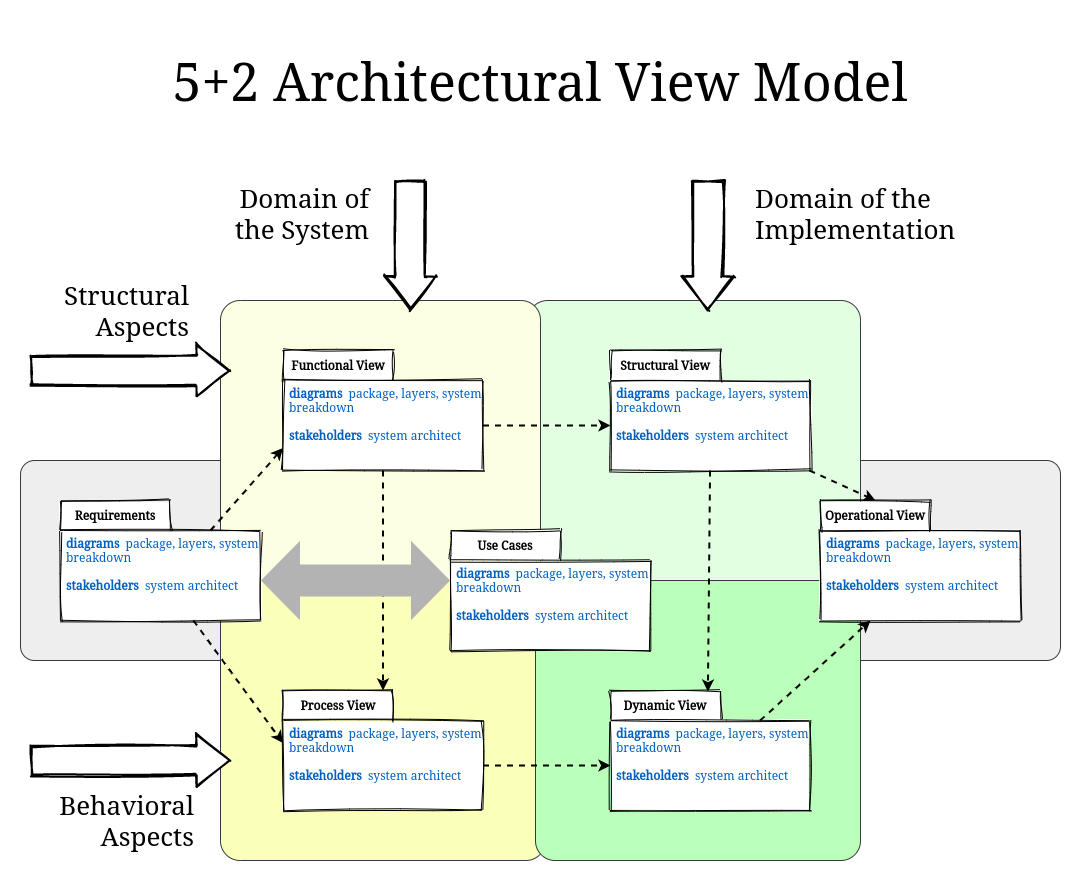
Earlier version of the draw.io export overview.png (rocher/5p2-avm). Source tidied: cells renumbered, new cells last; positions are measured from the earlier drawing's top-left corner, leaving out a move shared by most shapes.
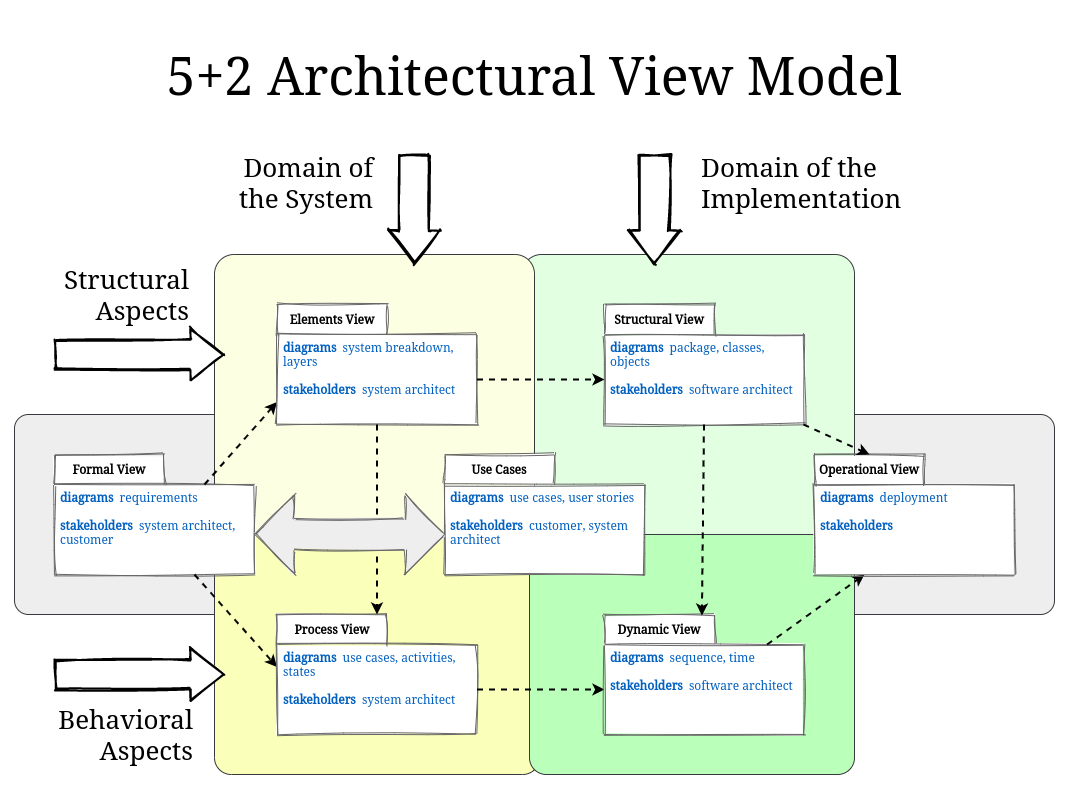
Later version of the same file.

Diff of the diagram source:
```diff
@@ -14,20 +14,20 @@
     <mxCell id="5" value="5+2 Architectural View Model" style="text;html=1;align=center;verticalAlign=middle;whiteSpace=wrap;rounded=0;shadow=0;sketch=1;fontSize=52;fontStyle=0;fontFamily=Noto Serif;fontSource=https%3A%2F%2Ffonts.googleapis.com%2Fcss%3Ffamily%3DNoto%2BSerif;" parent="1" vertex="1">
-      <mxGeometry width="1040" height="120" as="geometry" />
+      <mxGeometry y="40" width="1040" height="120" as="geometry" />
     </mxCell>
     <mxCell id="6" style="rounded=1;whiteSpace=wrap;html=1;shadow=0;sketch=0;align=left;strokeColor=#36393d;glass=0;arcSize=7;fillColor=#faffba;fontFamily=Noto Serif;fontSource=https%3A%2F%2Ffonts.googleapis.com%2Fcss%3Ffamily%3DNoto%2BSerif;" parent="1" vertex="1">
-      <mxGeometry x="200" y="560" width="325" height="280" as="geometry" />
+      <mxGeometry x="200" y="560" width="325" height="240" as="geometry" />
     </mxCell>
     <mxCell id="7" style="rounded=1;whiteSpace=wrap;html=1;shadow=0;sketch=0;align=left;strokeColor=#36393d;glass=0;arcSize=7;fillColor=#baffba;fontFamily=Noto Serif;fontSource=https%3A%2F%2Ffonts.googleapis.com%2Fcss%3Ffamily%3DNoto%2BSerif;" parent="1" vertex="1">
-      <mxGeometry x="515" y="560" width="325" height="280" as="geometry" />
+      <mxGeometry x="515" y="560" width="325" height="240" as="geometry" />
     </mxCell>
-    <mxCell id="8" style="shape=folder;fontStyle=1;spacingTop=30;tabWidth=110;tabHeight=30;tabPosition=left;html=1;align=left;verticalAlign=top;whiteSpace=wrap;spacingLeft=4;sketch=1;shadow=0;fontFamily=Noto Serif;fontSource=https%3A%2F%2Ffonts.googleapis.com%2Fcss%3Ffamily%3DNoto%2BSerif;" parent="1" vertex="1">
-      <mxGeometry x="430" y="510" width="200" height="120" as="geometry" />
+    <mxCell id="8" style="shape=folder;fontStyle=1;spacingTop=30;tabWidth=110;tabHeight=30;tabPosition=left;html=1;align=left;verticalAlign=top;whiteSpace=wrap;spacingLeft=4;sketch=1;shadow=0;fontFamily=Noto Serif;fontSource=https%3A%2F%2Ffonts.googleapis.com%2Fcss%3Ffamily%3DNoto%2BSerif;strokeColor=#666666;" parent="1" vertex="1">
+      <mxGeometry x="430" y="480" width="200" height="120" as="geometry" />
     </mxCell>
     <mxCell id="9" value="Use Cases" style="text;html=1;strokeColor=none;fillColor=none;align=center;verticalAlign=middle;whiteSpace=wrap;rounded=0;spacingLeft=0;fontFamily=Noto Serif;fontSource=https%3A%2F%2Ffonts.googleapis.com%2Fcss%3Ffamily%3DNoto%2BSerif;fontStyle=1;" parent="1" vertex="1">
-      <mxGeometry x="430" y="515" width="110" height="20" as="geometry" />
+      <mxGeometry x="430" y="485" width="110" height="20" as="geometry" />
     </mxCell>
-    <mxCell id="10" value="&lt;b&gt;diagrams&lt;/b&gt;&amp;nbsp; package, layers, system breakdown&lt;br&gt;&lt;br&gt;&lt;b&gt;stakeholders&lt;/b&gt;&amp;nbsp; system architect" style="text;html=1;strokeColor=none;fillColor=none;align=left;verticalAlign=top;whiteSpace=wrap;rounded=0;spacingLeft=4;fontFamily=Noto Serif;fontSource=https%3A%2F%2Ffonts.googleapis.com%2Fcss%3Ffamily%3DNoto%2BSerif;fontColor=#005FBF;" parent="1" vertex="1">
-      <mxGeometry x="430" y="540" width="200" height="90" as="geometry" />
+    <mxCell id="10" value="&lt;b&gt;diagrams&lt;/b&gt;&amp;nbsp; use cases, user stories&lt;br&gt;&lt;br&gt;&lt;b&gt;stakeholders&lt;/b&gt;&amp;nbsp; customer, system architect" style="text;html=1;strokeColor=none;fillColor=none;align=left;verticalAlign=top;whiteSpace=wrap;rounded=0;spacingLeft=4;fontFamily=Noto Serif;fontSource=https%3A%2F%2Ffonts.googleapis.com%2Fcss%3Ffamily%3DNoto%2BSerif;fontColor=#005FBF;" parent="1" vertex="1">
+      <mxGeometry x="430" y="510" width="200" height="90" as="geometry" />
     </mxCell>
-    <mxCell id="11" style="shape=folder;fontStyle=1;spacingTop=30;tabWidth=110;tabHeight=30;tabPosition=left;html=1;align=left;verticalAlign=top;whiteSpace=wrap;spacingLeft=4;sketch=1;shadow=0;fontFamily=Noto Serif;fontSource=https%3A%2F%2Ffonts.googleapis.com%2Fcss%3Ffamily%3DNoto%2BSerif;" parent="1" vertex="1">
+    <mxCell id="11" style="shape=folder;fontStyle=1;spacingTop=30;tabWidth=110;tabHeight=30;tabPosition=left;html=1;align=left;verticalAlign=top;whiteSpace=wrap;spacingLeft=4;sketch=1;shadow=0;fontFamily=Noto Serif;fontSource=https%3A%2F%2Ffonts.googleapis.com%2Fcss%3Ffamily%3DNoto%2BSerif;strokeColor=#666666;" parent="1" vertex="1">
       <mxGeometry x="40" y="480" width="200" height="120" as="geometry" />
@@ -37,3 +37,3 @@
     </mxCell>
-    <mxCell id="13" value="Requirements" style="text;html=1;strokeColor=none;fillColor=none;align=center;verticalAlign=middle;whiteSpace=wrap;rounded=0;spacingLeft=0;fontFamily=Noto Serif;fontSource=https%3A%2F%2Ffonts.googleapis.com%2Fcss%3Ffamily%3DNoto%2BSerif;fontStyle=1;" parent="1" vertex="1">
+    <mxCell id="13" value="Formal View" style="text;html=1;strokeColor=none;fillColor=none;align=center;verticalAlign=middle;whiteSpace=wrap;rounded=0;spacingLeft=0;fontFamily=Noto Serif;fontSource=https%3A%2F%2Ffonts.googleapis.com%2Fcss%3Ffamily%3DNoto%2BSerif;fontStyle=1;" parent="1" vertex="1">
       <mxGeometry x="40" y="485" width="110" height="20" as="geometry" />
@@ -43,10 +43,10 @@
     </mxCell>
-    <mxCell id="15" value="&lt;b&gt;diagrams&lt;/b&gt;&amp;nbsp; package, layers, system breakdown&lt;br&gt;&lt;br&gt;&lt;b&gt;stakeholders&lt;/b&gt;&amp;nbsp; system architect" style="text;html=1;strokeColor=none;fillColor=none;align=left;verticalAlign=top;whiteSpace=wrap;rounded=0;spacingLeft=4;fontFamily=Noto Serif;fontSource=https%3A%2F%2Ffonts.googleapis.com%2Fcss%3Ffamily%3DNoto%2BSerif;fontColor=#005FBF;" parent="1" vertex="1">
+    <mxCell id="15" value="&lt;b&gt;diagrams&lt;/b&gt;&amp;nbsp; requirements&lt;br&gt;&lt;br&gt;&lt;b&gt;stakeholders&lt;/b&gt;&amp;nbsp; system architect, customer" style="text;html=1;strokeColor=none;fillColor=none;align=left;verticalAlign=top;whiteSpace=wrap;rounded=0;spacingLeft=4;fontFamily=Noto Serif;fontSource=https%3A%2F%2Ffonts.googleapis.com%2Fcss%3Ffamily%3DNoto%2BSerif;fontColor=#005FBF;" parent="1" vertex="1">
       <mxGeometry x="40" y="510" width="200" height="90" as="geometry" />
     </mxCell>
-    <mxCell id="16" style="shape=folder;fontStyle=1;spacingTop=30;tabWidth=110;tabHeight=30;tabPosition=left;html=1;align=left;verticalAlign=top;whiteSpace=wrap;spacingLeft=4;sketch=1;shadow=0;fontFamily=Noto Serif;fontSource=https%3A%2F%2Ffonts.googleapis.com%2Fcss%3Ffamily%3DNoto%2BSerif;" parent="1" vertex="1">
-      <mxGeometry x="262.5" y="670" width="200" height="120" as="geometry" />
+    <mxCell id="16" style="shape=folder;fontStyle=1;spacingTop=30;tabWidth=110;tabHeight=30;tabPosition=left;html=1;align=left;verticalAlign=top;whiteSpace=wrap;spacingLeft=4;sketch=1;shadow=0;fontFamily=Noto Serif;fontSource=https%3A%2F%2Ffonts.googleapis.com%2Fcss%3Ffamily%3DNoto%2BSerif;strokeColor=#666666;" parent="1" vertex="1">
+      <mxGeometry x="262.5" y="640" width="200" height="120" as="geometry" />
     </mxCell>
     <mxCell id="17" value="Process View" style="text;html=1;strokeColor=none;fillColor=none;align=center;verticalAlign=middle;whiteSpace=wrap;rounded=0;spacingLeft=0;fontFamily=Noto Serif;fontSource=https%3A%2F%2Ffonts.googleapis.com%2Fcss%3Ffamily%3DNoto%2BSerif;fontStyle=1;" parent="1" vertex="1">
-      <mxGeometry x="262.5" y="675" width="110" height="20" as="geometry" />
+      <mxGeometry x="262.5" y="645" width="110" height="20" as="geometry" />
     </mxCell>
@@ -55,10 +55,10 @@
     </mxCell>
-    <mxCell id="19" value="&lt;b&gt;diagrams&lt;/b&gt;&amp;nbsp; package, layers, system breakdown&lt;br&gt;&lt;br&gt;&lt;b&gt;stakeholders&lt;/b&gt;&amp;nbsp; system architect" style="text;html=1;strokeColor=none;fillColor=none;align=left;verticalAlign=top;whiteSpace=wrap;rounded=0;spacingLeft=4;fontFamily=Noto Serif;fontSource=https%3A%2F%2Ffonts.googleapis.com%2Fcss%3Ffamily%3DNoto%2BSerif;fontColor=#005FBF;" parent="1" vertex="1">
-      <mxGeometry x="262.5" y="700" width="200" height="90" as="geometry" />
+    <mxCell id="19" value="&lt;b&gt;diagrams&lt;/b&gt;&amp;nbsp; use cases, activities, states&lt;br&gt;&lt;br&gt;&lt;b&gt;stakeholders&lt;/b&gt;&amp;nbsp; system architect" style="text;html=1;strokeColor=none;fillColor=none;align=left;verticalAlign=top;whiteSpace=wrap;rounded=0;spacingLeft=4;fontFamily=Noto Serif;fontSource=https%3A%2F%2Ffonts.googleapis.com%2Fcss%3Ffamily%3DNoto%2BSerif;fontColor=#005FBF;" parent="1" vertex="1">
+      <mxGeometry x="262.5" y="670" width="200" height="90" as="geometry" />
     </mxCell>
-    <mxCell id="20" style="shape=folder;fontStyle=1;spacingTop=30;tabWidth=110;tabHeight=30;tabPosition=left;html=1;align=left;verticalAlign=top;whiteSpace=wrap;spacingLeft=4;sketch=1;shadow=0;fontFamily=Noto Serif;fontSource=https%3A%2F%2Ffonts.googleapis.com%2Fcss%3Ffamily%3DNoto%2BSerif;" parent="1" vertex="1">
-      <mxGeometry x="590" y="670" width="200" height="120" as="geometry" />
+    <mxCell id="20" style="shape=folder;fontStyle=1;spacingTop=30;tabWidth=110;tabHeight=30;tabPosition=left;html=1;align=left;verticalAlign=top;whiteSpace=wrap;spacingLeft=4;sketch=1;shadow=0;fontFamily=Noto Serif;fontSource=https%3A%2F%2Ffonts.googleapis.com%2Fcss%3Ffamily%3DNoto%2BSerif;strokeColor=#666666;" parent="1" vertex="1">
+      <mxGeometry x="590" y="640" width="200" height="120" as="geometry" />
     </mxCell>
     <mxCell id="21" value="Dynamic View" style="text;html=1;strokeColor=none;fillColor=none;align=center;verticalAlign=middle;whiteSpace=wrap;rounded=0;spacingLeft=0;fontFamily=Noto Serif;fontSource=https%3A%2F%2Ffonts.googleapis.com%2Fcss%3Ffamily%3DNoto%2BSerif;fontStyle=1;" parent="1" vertex="1">
-      <mxGeometry x="590" y="675" width="110" height="20" as="geometry" />
+      <mxGeometry x="590" y="645" width="110" height="20" as="geometry" />
     </mxCell>
@@ -67,6 +67,6 @@
     </mxCell>
-    <mxCell id="23" value="&lt;b&gt;diagrams&lt;/b&gt;&amp;nbsp; package, layers, system breakdown&lt;br&gt;&lt;br&gt;&lt;b&gt;stakeholders&lt;/b&gt;&amp;nbsp; system architect" style="text;html=1;strokeColor=none;fillColor=none;align=left;verticalAlign=top;whiteSpace=wrap;rounded=0;spacingLeft=4;fontFamily=Noto Serif;fontSource=https%3A%2F%2Ffonts.googleapis.com%2Fcss%3Ffamily%3DNoto%2BSerif;fontColor=#005FBF;" parent="1" vertex="1">
-      <mxGeometry x="590" y="700" width="200" height="90" as="geometry" />
+    <mxCell id="23" value="&lt;b&gt;diagrams&lt;/b&gt;&amp;nbsp; sequence, time&lt;br&gt;&lt;br&gt;&lt;b&gt;stakeholders&lt;/b&gt;&amp;nbsp; software architect" style="text;html=1;strokeColor=none;fillColor=none;align=left;verticalAlign=top;whiteSpace=wrap;rounded=0;spacingLeft=4;fontFamily=Noto Serif;fontSource=https%3A%2F%2Ffonts.googleapis.com%2Fcss%3Ffamily%3DNoto%2BSerif;fontColor=#005FBF;" parent="1" vertex="1">
+      <mxGeometry x="590" y="670" width="200" height="90" as="geometry" />
     </mxCell>
-    <mxCell id="24" style="shape=folder;fontStyle=1;spacingTop=30;tabWidth=110;tabHeight=30;tabPosition=left;html=1;align=left;verticalAlign=top;whiteSpace=wrap;spacingLeft=4;sketch=1;shadow=0;fontFamily=Noto Serif;fontSource=https%3A%2F%2Ffonts.googleapis.com%2Fcss%3Ffamily%3DNoto%2BSerif;" parent="1" vertex="1">
+    <mxCell id="24" style="shape=folder;fontStyle=1;spacingTop=30;tabWidth=110;tabHeight=30;tabPosition=left;html=1;align=left;verticalAlign=top;whiteSpace=wrap;spacingLeft=4;sketch=1;shadow=0;fontFamily=Noto Serif;fontSource=https%3A%2F%2Ffonts.googleapis.com%2Fcss%3Ffamily%3DNoto%2BSerif;strokeColor=#666666;" parent="1" vertex="1">
       <mxGeometry x="800" y="480" width="200" height="120" as="geometry" />
@@ -76,6 +76,6 @@
     </mxCell>
-    <mxCell id="26" value="&lt;b&gt;diagrams&lt;/b&gt;&amp;nbsp; package, layers, system breakdown&lt;br&gt;&lt;br&gt;&lt;b&gt;stakeholders&lt;/b&gt;&amp;nbsp; system architect" style="text;html=1;strokeColor=none;fillColor=none;align=left;verticalAlign=top;whiteSpace=wrap;rounded=0;spacingLeft=4;fontFamily=Noto Serif;fontSource=https%3A%2F%2Ffonts.googleapis.com%2Fcss%3Ffamily%3DNoto%2BSerif;fontColor=#005FBF;" parent="1" vertex="1">
+    <mxCell id="26" value="&lt;b&gt;diagrams&lt;/b&gt;&amp;nbsp; deployment&lt;br&gt;&lt;br&gt;&lt;b&gt;stakeholders&lt;/b&gt;&amp;nbsp;&amp;nbsp;" style="text;html=1;strokeColor=none;fillColor=none;align=left;verticalAlign=top;whiteSpace=wrap;rounded=0;spacingLeft=4;fontFamily=Noto Serif;fontSource=https%3A%2F%2Ffonts.googleapis.com%2Fcss%3Ffamily%3DNoto%2BSerif;fontColor=#005FBF;" parent="1" vertex="1">
       <mxGeometry x="800" y="510" width="200" height="90" as="geometry" />
     </mxCell>
-    <mxCell id="27" style="shape=folder;fontStyle=1;spacingTop=30;tabWidth=110;tabHeight=30;tabPosition=left;html=1;align=left;verticalAlign=top;whiteSpace=wrap;spacingLeft=4;sketch=1;shadow=0;fontFamily=Noto Serif;fontSource=https%3A%2F%2Ffonts.googleapis.com%2Fcss%3Ffamily%3DNoto%2BSerif;" parent="1" vertex="1">
+    <mxCell id="27" style="shape=folder;fontStyle=1;spacingTop=30;tabWidth=110;tabHeight=30;tabPosition=left;html=1;align=left;verticalAlign=top;whiteSpace=wrap;spacingLeft=4;sketch=1;shadow=0;fontFamily=Noto Serif;fontSource=https%3A%2F%2Ffonts.googleapis.com%2Fcss%3Ffamily%3DNoto%2BSerif;strokeColor=#666666;" parent="1" vertex="1">
       <mxGeometry x="590" y="330" width="200" height="120" as="geometry" />
@@ -91,9 +91,9 @@
     </mxCell>
-    <mxCell id="31" value="&lt;b&gt;diagrams&lt;/b&gt;&amp;nbsp; package, layers, system breakdown&lt;br&gt;&lt;br&gt;&lt;b&gt;stakeholders&lt;/b&gt;&amp;nbsp; system architect" style="text;html=1;strokeColor=none;fillColor=none;align=left;verticalAlign=top;whiteSpace=wrap;rounded=0;spacingLeft=4;fontFamily=Noto Serif;fontSource=https%3A%2F%2Ffonts.googleapis.com%2Fcss%3Ffamily%3DNoto%2BSerif;fontColor=#005FBF;" parent="1" vertex="1">
+    <mxCell id="31" value="&lt;b&gt;diagrams&lt;/b&gt;&amp;nbsp; package, classes, objects&lt;br&gt;&lt;br&gt;&lt;b&gt;stakeholders&lt;/b&gt;&amp;nbsp; software architect" style="text;html=1;strokeColor=none;fillColor=none;align=left;verticalAlign=top;whiteSpace=wrap;rounded=0;spacingLeft=4;fontFamily=Noto Serif;fontSource=https%3A%2F%2Ffonts.googleapis.com%2Fcss%3Ffamily%3DNoto%2BSerif;fontColor=#005FBF;" parent="1" vertex="1">
       <mxGeometry x="590" y="360" width="200" height="90" as="geometry" />
     </mxCell>
-    <mxCell id="32" style="shape=folder;fontStyle=1;spacingTop=30;tabWidth=110;tabHeight=30;tabPosition=left;html=1;align=left;verticalAlign=top;whiteSpace=wrap;spacingLeft=4;sketch=1;shadow=0;fontFamily=Noto Serif;fontSource=https%3A%2F%2Ffonts.googleapis.com%2Fcss%3Ffamily%3DNoto%2BSerif;" parent="1" vertex="1">
+    <mxCell id="32" style="shape=folder;fontStyle=1;spacingTop=30;tabWidth=110;tabHeight=30;tabPosition=left;html=1;align=left;verticalAlign=top;whiteSpace=wrap;spacingLeft=4;sketch=1;shadow=0;fontFamily=Noto Serif;fontSource=https%3A%2F%2Ffonts.googleapis.com%2Fcss%3Ffamily%3DNoto%2BSerif;strokeColor=#666666;" parent="1" vertex="1">
       <mxGeometry x="262.5" y="330" width="200" height="120" as="geometry" />
     </mxCell>
-    <mxCell id="33" value="Functional View" style="text;html=1;strokeColor=none;fillColor=none;align=center;verticalAlign=middle;whiteSpace=wrap;rounded=0;spacingLeft=0;fontFamily=Noto Serif;fontSource=https%3A%2F%2Ffonts.googleapis.com%2Fcss%3Ffamily%3DNoto%2BSerif;fontStyle=1;" parent="1" vertex="1">
+    <mxCell id="33" value="Elements View" style="text;html=1;strokeColor=none;fillColor=none;align=center;verticalAlign=middle;whiteSpace=wrap;rounded=0;spacingLeft=0;fontFamily=Noto Serif;fontSource=https%3A%2F%2Ffonts.googleapis.com%2Fcss%3Ffamily%3DNoto%2BSerif;fontStyle=1;" parent="1" vertex="1">
       <mxGeometry x="262.5" y="335" width="110" height="20" as="geometry" />
@@ -106,6 +106,6 @@
     </mxCell>
-    <mxCell id="36" value="&lt;b&gt;diagrams&lt;/b&gt;&amp;nbsp; package, layers, system breakdown&lt;br&gt;&lt;br&gt;&lt;b&gt;stakeholders&lt;/b&gt;&amp;nbsp; system architect" style="text;html=1;strokeColor=none;fillColor=none;align=left;verticalAlign=top;whiteSpace=wrap;rounded=0;spacingLeft=4;fontFamily=Noto Serif;fontSource=https%3A%2F%2Ffonts.googleapis.com%2Fcss%3Ffamily%3DNoto%2BSerif;fontColor=#005FBF;" parent="1" vertex="1">
+    <mxCell id="36" value="&lt;b&gt;diagrams&lt;/b&gt;&amp;nbsp; system breakdown, layers&lt;br&gt;&lt;br&gt;&lt;b&gt;stakeholders&lt;/b&gt;&amp;nbsp; system architect" style="text;html=1;strokeColor=none;fillColor=none;align=left;verticalAlign=top;whiteSpace=wrap;rounded=0;spacingLeft=4;fontFamily=Noto Serif;fontSource=https%3A%2F%2Ffonts.googleapis.com%2Fcss%3Ffamily%3DNoto%2BSerif;fontColor=#005FBF;" parent="1" vertex="1">
       <mxGeometry x="262.5" y="360" width="200" height="90" as="geometry" />
     </mxCell>
-    <mxCell id="37" style="shape=flexArrow;endArrow=classic;startArrow=classic;html=1;fontFamily=Noto Serif;fontSource=https%3A%2F%2Ffonts.googleapis.com%2Fcss%3Ffamily%3DNoto%2BSerif;fontSize=36;fontColor=#005FBF;startWidth=46.42029439398684;startSize=12.70485436893204;width=31.93548387096774;endSize=12.70485436893204;endWidth=46.42029439398684;strokeColor=none;fillColor=#B3B3B3;" parent="1" edge="1">
+    <mxCell id="37" style="shape=flexArrow;endArrow=classic;startArrow=classic;html=1;fontFamily=Noto Serif;fontSource=https%3A%2F%2Ffonts.googleapis.com%2Fcss%3Ffamily%3DNoto%2BSerif;fontSize=36;fontColor=#005FBF;startWidth=46.42029439398684;startSize=12.70485436893204;width=31.93548387096774;endSize=12.70485436893204;endWidth=46.42029439398684;sketch=1;gradientDirection=north;fillColor=#EEEEEE;gradientColor=#EEEEEE;strokeColor=#666666;" parent="1" edge="1">
       <mxGeometry relative="1" as="geometry">
@@ -115,6 +115,6 @@
     </mxCell>
-    <mxCell id="38" value="Structural&lt;br&gt;Aspects" style="shape=flexArrow;endArrow=classic;html=1;fontFamily=Noto Serif;fontSource=https%3A%2F%2Ffonts.googleapis.com%2Fcss%3Ffamily%3DNoto%2BSerif;fontSize=26;width=29.142857142857142;endSize=10.382857142857144;strokeWidth=2;sketch=1;rounded=1;align=right;fillColor=#ffffff;" parent="1" edge="1">
+    <mxCell id="38" value="Structural&lt;br&gt;Aspects" style="shape=flexArrow;endArrow=classic;html=1;fontFamily=Noto Serif;fontSource=https%3A%2F%2Ffonts.googleapis.com%2Fcss%3Ffamily%3DNoto%2BSerif;fontSize=26;width=29.142857142857142;endSize=10.382857142857144;strokeWidth=2;sketch=1;rounded=1;align=right;gradientDirection=north;fillColor=#ffffff;" parent="1" edge="1">
       <mxGeometry x="0.6" y="60" relative="1" as="geometry">
-        <mxPoint x="10" y="350" as="sourcePoint" />
-        <mxPoint x="210" y="350" as="targetPoint" />
+        <mxPoint x="40" y="380" as="sourcePoint" />
+        <mxPoint x="210" y="380" as="targetPoint" />
       </mxGeometry>
@@ -123,4 +123,4 @@
       <mxGeometry x="0.65" y="-60" relative="1" as="geometry">
-        <mxPoint x="10" y="740" as="sourcePoint" />
-        <mxPoint x="210" y="740" as="targetPoint" />
+        <mxPoint x="40" y="700" as="sourcePoint" />
+        <mxPoint x="210" y="700" as="targetPoint" />
       </mxGeometry>
@@ -129,4 +129,4 @@
       <mxGeometry x="-0.5" y="-40" relative="1" as="geometry">
-        <mxPoint x="390" y="160" as="sourcePoint" />
-        <mxPoint x="390" y="290" as="targetPoint" />
+        <mxPoint x="400" y="180" as="sourcePoint" />
+        <mxPoint x="400" y="290" as="targetPoint" />
       </mxGeometry>
@@ -135,4 +135,4 @@
       <mxGeometry x="-0.5" y="45" relative="1" as="geometry">
-        <mxPoint x="688" y="160" as="sourcePoint" />
-        <mxPoint x="687.5" y="290" as="targetPoint" />
+        <mxPoint x="640.5" y="180" as="sourcePoint" />
+        <mxPoint x="640" y="290" as="targetPoint" />
       </mxGeometry>
```
